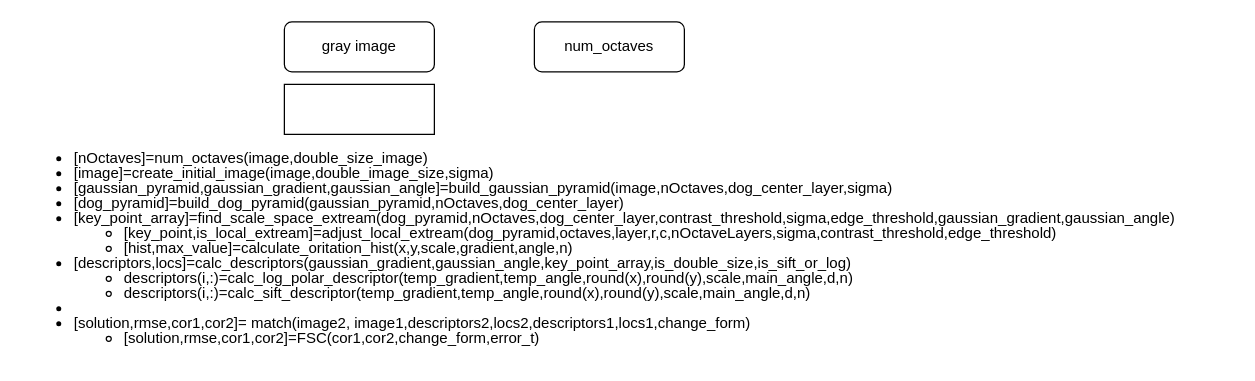
Earlier version of the draw.io diagram sift_orign.drawio (stidyhard/draw). Source tidied: cells renumbered, new cells numbered last; positions are measured from the earlier drawing's top-left corner, leaving out a move shared by most shapes. Both pictures are drawn from the tidied source at 125%, with x=0, y=0 at pixel (21, 21).
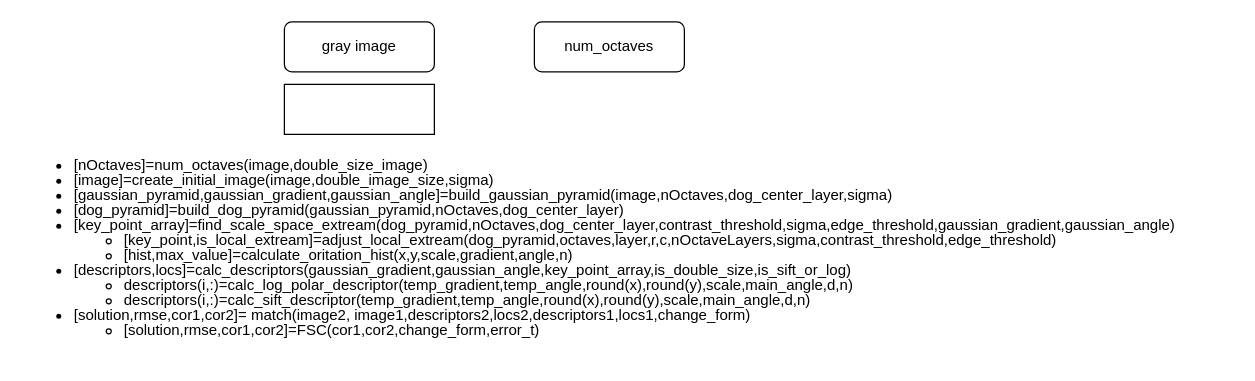
The same page after the edit.

The edit, as a diff of the source:
```diff
@@
 <mxGraphModel>
   <root>
     <mxCell id="0" />
     <mxCell id="1" parent="0" />
     <mxCell id="2" value="gray image" style="rounded=1;whiteSpace=wrap;html=1;" parent="1" vertex="1">
       <mxGeometry x="210" width="120" height="40" as="geometry" />
     </mxCell>
     <mxCell id="3" value="num_octaves" style="rounded=1;whiteSpace=wrap;html=1;" parent="1" vertex="1">
       <mxGeometry x="410" width="120" height="40" as="geometry" />
     </mxCell>
     <mxCell id="4" style="rounded=0;whiteSpace=wrap;html=1;" parent="1" vertex="1">
       <mxGeometry x="210" y="50" width="120" height="40" as="geometry" />
     </mxCell>
-    <mxCell id="5" value="&lt;ul style=&quot;line-height: 100%;&quot;&gt;&lt;li&gt;[nOctaves]=num_octaves(image,double_size_image)&lt;/li&gt;&lt;li&gt;[image]=create_initial_image(image,double_image_size,sigma)&lt;/li&gt;&lt;li&gt;[gaussian_pyramid,gaussian_gradient,gaussian_angle]=build_gaussian_pyramid(image,nOctaves,dog_center_layer,sigma)&lt;/li&gt;&lt;li&gt;[dog_pyramid]=build_dog_pyramid(gaussian_pyramid,nOctaves,dog_center_layer)&lt;/li&gt;&lt;li&gt;[key_point_array]=find_scale_space_extream(dog_pyramid,nOctaves,dog_center_layer,contrast_threshold,sigma,edge_threshold,gaussian_gradient,gaussian_angle)&lt;/li&gt;&lt;ul&gt;&lt;li&gt;[key_point,is_local_extream]=adjust_local_extream(dog_pyramid,octaves,layer,r,c,nOctaveLayers,sigma,contrast_threshold,edge_threshold)&lt;/li&gt;&lt;li&gt;[hist,max_value]=calculate_oritation_hist(x,y,scale,gradient,angle,n)&lt;/li&gt;&lt;/ul&gt;&lt;li&gt;[descriptors,locs]=calc_descriptors(gaussian_gradient,gaussian_angle,key_point_array,is_double_size,is_sift_or_log)&lt;/li&gt;&lt;ul&gt;&lt;li&gt;descriptors(i,:)=calc_log_polar_descriptor(temp_gradient,temp_angle,round(x),round(y),scale,main_angle,d,n)&lt;/li&gt;&lt;li&gt;descriptors(i,:)=calc_sift_descriptor(temp_gradient,temp_angle,round(x),round(y),scale,main_angle,d,n)&lt;/li&gt;&lt;/ul&gt;&lt;li&gt;&lt;/li&gt;&lt;li&gt;[solution,rmse,cor1,cor2]= match(image2, image1,descriptors2,locs2,descriptors1,locs1,change_form)&lt;/li&gt;&lt;ul&gt;&lt;li&gt;[solution,rmse,cor1,cor2]=FSC(cor1,cor2,change_form,error_t)&lt;br&gt;&lt;/li&gt;&lt;/ul&gt;&lt;/ul&gt;" style="text;html=1;align=left;verticalAlign=middle;whiteSpace=wrap;rounded=0;" parent="1" vertex="1">
+    <mxCell id="5" value="&lt;ul style=&quot;line-height: 100%;&quot;&gt;&lt;li&gt;[nOctaves]=num_octaves(image,double_size_image)&lt;/li&gt;&lt;li&gt;[image]=create_initial_image(image,double_image_size,sigma)&lt;/li&gt;&lt;li&gt;[gaussian_pyramid,gaussian_gradient,gaussian_angle]=build_gaussian_pyramid(image,nOctaves,dog_center_layer,sigma)&lt;/li&gt;&lt;li&gt;[dog_pyramid]=build_dog_pyramid(gaussian_pyramid,nOctaves,dog_center_layer)&lt;/li&gt;&lt;li&gt;[key_point_array]=find_scale_space_extream(dog_pyramid,nOctaves,dog_center_layer,contrast_threshold,sigma,edge_threshold,gaussian_gradient,gaussian_angle)&lt;/li&gt;&lt;ul&gt;&lt;li&gt;[key_point,is_local_extream]=adjust_local_extream(dog_pyramid,octaves,layer,r,c,nOctaveLayers,sigma,contrast_threshold,edge_threshold)&lt;/li&gt;&lt;li&gt;[hist,max_value]=calculate_oritation_hist(x,y,scale,gradient,angle,n)&lt;/li&gt;&lt;/ul&gt;&lt;li&gt;[descriptors,locs]=calc_descriptors(gaussian_gradient,gaussian_angle,key_point_array,is_double_size,is_sift_or_log)&lt;/li&gt;&lt;ul&gt;&lt;li&gt;descriptors(i,:)=calc_log_polar_descriptor(temp_gradient,temp_angle,round(x),round(y),scale,main_angle,d,n)&lt;/li&gt;&lt;li&gt;descriptors(i,:)=calc_sift_descriptor(temp_gradient,temp_angle,round(x),round(y),scale,main_angle,d,n)&lt;/li&gt;&lt;/ul&gt;&lt;li&gt;[solution,rmse,cor1,cor2]= match(image2, image1,descriptors2,locs2,descriptors1,locs1,change_form)&lt;/li&gt;&lt;ul&gt;&lt;li&gt;[solution,rmse,cor1,cor2]=FSC(cor1,cor2,change_form,error_t)&lt;br&gt;&lt;/li&gt;&lt;/ul&gt;&lt;/ul&gt;" style="text;html=1;align=left;verticalAlign=middle;whiteSpace=wrap;rounded=0;" parent="1" vertex="1">
       <mxGeometry y="140" width="970" height="80" as="geometry" />
     </mxCell>
   </root>
 </mxGraphModel>
```
